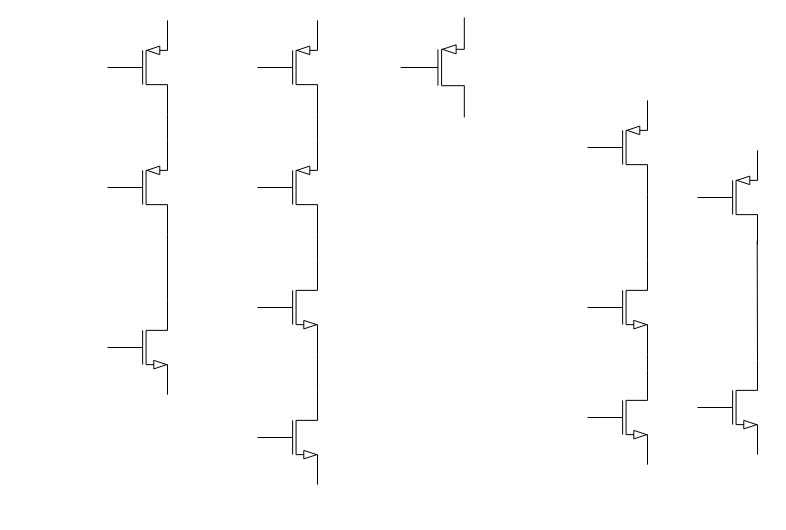
Earlier version of the draw.io diagram MTPC.drawio (w1213ph/draw.io). Source tidied: cells renumbered, new cells numbered last; positions are measured from the earlier drawing's top-left corner, leaving out a move shared by most shapes. Both pictures are drawn from the tidied source at 100%, with x=0, y=0 at pixel (107, 17).
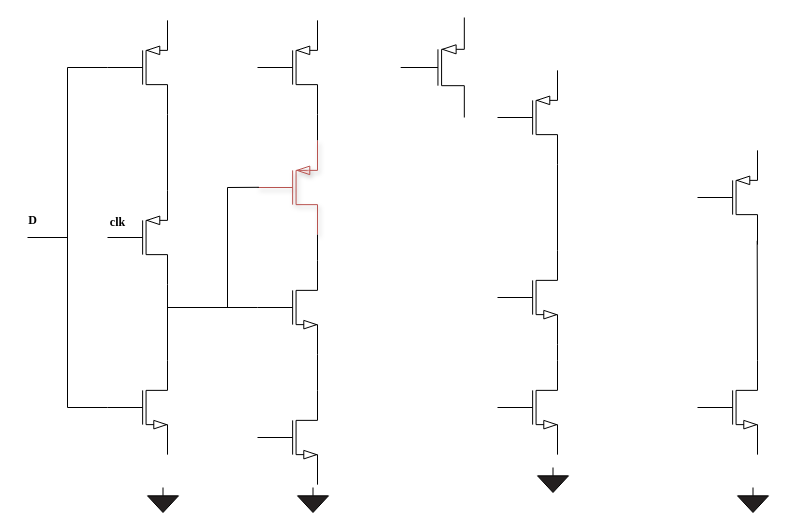
After the change.

Diff of the diagram source:
```diff
@@
-<mxGraphModel>
+<mxGraphModel background="#ffffff">
@@
     <mxCell id="2" style="verticalLabelPosition=bottom;shadow=0;dashed=0;align=center;html=1;verticalAlign=top;shape=mxgraph.electrical.transistors.pmos;" parent="1" vertex="1">
-      <mxGeometry y="120" width="60" height="100" as="geometry" />
+      <mxGeometry y="170" width="60" height="100" as="geometry" />
     </mxCell>
     <mxCell id="3" style="verticalLabelPosition=bottom;shadow=0;dashed=0;align=center;html=1;verticalAlign=top;shape=mxgraph.electrical.transistors.nmos;" parent="1" vertex="1">
-      <mxGeometry y="280" width="60" height="100" as="geometry" />
+      <mxGeometry y="340" width="60" height="100" as="geometry" />
     </mxCell>
@@
-    <mxCell id="5" style="verticalLabelPosition=bottom;shadow=0;dashed=0;align=center;html=1;verticalAlign=top;shape=mxgraph.electrical.transistors.pmos;" parent="1" vertex="1">
+    <mxCell id="5" style="verticalLabelPosition=bottom;shadow=1;dashed=0;align=center;html=1;verticalAlign=top;shape=mxgraph.electrical.transistors.pmos;fillColor=#f8cecc;strokeColor=#b85450;fillStyle=zigzag-line;gradientColor=none;" parent="1" vertex="1">
       <mxGeometry x="150" y="120" width="60" height="100" as="geometry" />
     </mxCell>
@@
     <mxCell id="10" style="verticalLabelPosition=bottom;shadow=0;dashed=0;align=center;html=1;verticalAlign=top;shape=mxgraph.electrical.transistors.pmos;" parent="1" vertex="1">
-      <mxGeometry x="480" y="80" width="60" height="100" as="geometry" />
+      <mxGeometry x="390" y="50" width="60" height="100" as="geometry" />
     </mxCell>
     <mxCell id="11" style="verticalLabelPosition=bottom;shadow=0;dashed=0;align=center;html=1;verticalAlign=top;shape=mxgraph.electrical.transistors.nmos;" parent="1" vertex="1">
-      <mxGeometry x="480" y="240" width="60" height="100" as="geometry" />
+      <mxGeometry x="390" y="230" width="60" height="100" as="geometry" />
     </mxCell>
     <mxCell id="12" style="verticalLabelPosition=bottom;shadow=0;dashed=0;align=center;html=1;verticalAlign=top;shape=mxgraph.electrical.transistors.nmos;" parent="1" vertex="1">
-      <mxGeometry x="480" y="350" width="60" height="100" as="geometry" />
+      <mxGeometry x="390" y="340" width="60" height="100" as="geometry" />
     </mxCell>
@@
+    <mxCell id="23" style="endArrow=none;html=1;rounded=0;exitX=1;exitY=0;exitDx=0;exitDy=0;exitPerimeter=0;" parent="1" edge="1" source="2">
+      <mxGeometry relative="1" as="geometry">
+        <mxPoint x="60" y="120" as="targetPoint" />
+      </mxGeometry>
+    </mxCell>
+    <mxCell id="24" style="endArrow=none;html=1;rounded=0;" parent="1" edge="1">
+      <mxGeometry relative="1" as="geometry">
+        <mxPoint x="60" y="290" as="sourcePoint" />
+        <mxPoint x="150" y="290" as="targetPoint" />
+      </mxGeometry>
+    </mxCell>
+    <mxCell id="25" style="endArrow=none;html=1;rounded=0;entryX=0.023;entryY=0.498;entryDx=0;entryDy=0;entryPerimeter=0;" parent="1" edge="1" target="5">
+      <mxGeometry relative="1" as="geometry">
+        <mxPoint x="120" y="170" as="sourcePoint" />
+      </mxGeometry>
+    </mxCell>
+    <mxCell id="26" style="endArrow=none;html=1;rounded=0;" parent="1" edge="1">
+      <mxGeometry relative="1" as="geometry">
+        <mxPoint x="120" y="290" as="sourcePoint" />
+        <mxPoint x="120" y="170" as="targetPoint" />
+      </mxGeometry>
+    </mxCell>
+    <mxCell id="27" style="endArrow=none;html=1;rounded=0;" parent="1" edge="1">
+      <mxGeometry relative="1" as="geometry">
+        <mxPoint x="-40" y="50" as="sourcePoint" />
+        <mxPoint y="50" as="targetPoint" />
+      </mxGeometry>
+    </mxCell>
+    <mxCell id="28" style="endArrow=none;html=1;rounded=0;" parent="1" edge="1">
+      <mxGeometry relative="1" as="geometry">
+        <mxPoint x="-40" y="390" as="sourcePoint" />
+        <mxPoint y="390" as="targetPoint" />
+      </mxGeometry>
+    </mxCell>
+    <mxCell id="29" style="endArrow=none;html=1;rounded=0;" parent="1" edge="1">
+      <mxGeometry relative="1" as="geometry">
+        <mxPoint x="-40" y="390" as="sourcePoint" />
+        <mxPoint x="-40" y="50" as="targetPoint" />
+      </mxGeometry>
+    </mxCell>
+    <mxCell id="30" style="endArrow=none;html=1;rounded=0;" parent="1" edge="1">
+      <mxGeometry relative="1" as="geometry">
+        <mxPoint x="-80" y="220" as="sourcePoint" />
+        <mxPoint x="-40" y="220" as="targetPoint" />
+      </mxGeometry>
+    </mxCell>
+    <mxCell id="31" value="D" style="text;html=1;align=center;verticalAlign=middle;strokeColor=none;fillColor=none;fontFamily=Times New Roman;fontStyle=1;labelBorderColor=none;" parent="1" vertex="1">
+      <mxGeometry x="-90" y="188" width="30" height="30" as="geometry" />
+    </mxCell>
+    <mxCell id="32" value="clk" style="text;html=1;align=center;verticalAlign=middle;strokeColor=none;fillColor=none;fontFamily=Times New Roman;fontStyle=1;" parent="1" vertex="1">
+      <mxGeometry x="-10" y="190" width="40" height="30" as="geometry" />
+    </mxCell>
+    <mxCell id="33" style="verticalLabelPosition=bottom;shadow=0;dashed=0;align=center;html=1;verticalAlign=top;shape=mxgraph.electrical.signal_sources.signal_ground;fillColor=#231f1f;" parent="1" vertex="1">
+      <mxGeometry x="40" y="470" width="31" height="25" as="geometry" />
+    </mxCell>
+    <mxCell id="34" style="verticalLabelPosition=bottom;shadow=0;dashed=0;align=center;html=1;verticalAlign=top;shape=mxgraph.electrical.signal_sources.signal_ground;fillColor=#231f1f;" parent="1" vertex="1">
+      <mxGeometry x="190" y="470" width="31" height="25" as="geometry" />
+    </mxCell>
+    <mxCell id="35" style="verticalLabelPosition=bottom;shadow=0;dashed=0;align=center;html=1;verticalAlign=top;shape=mxgraph.electrical.signal_sources.signal_ground;fillColor=#231f1f;" parent="1" vertex="1">
+      <mxGeometry x="430" y="450" width="31" height="25" as="geometry" />
+    </mxCell>
+    <mxCell id="36" style="verticalLabelPosition=bottom;shadow=0;dashed=0;align=center;html=1;verticalAlign=top;shape=mxgraph.electrical.signal_sources.signal_ground;fillColor=#231f1f;" parent="1" vertex="1">
+      <mxGeometry x="630" y="470" width="31" height="25" as="geometry" />
+    </mxCell>
```
